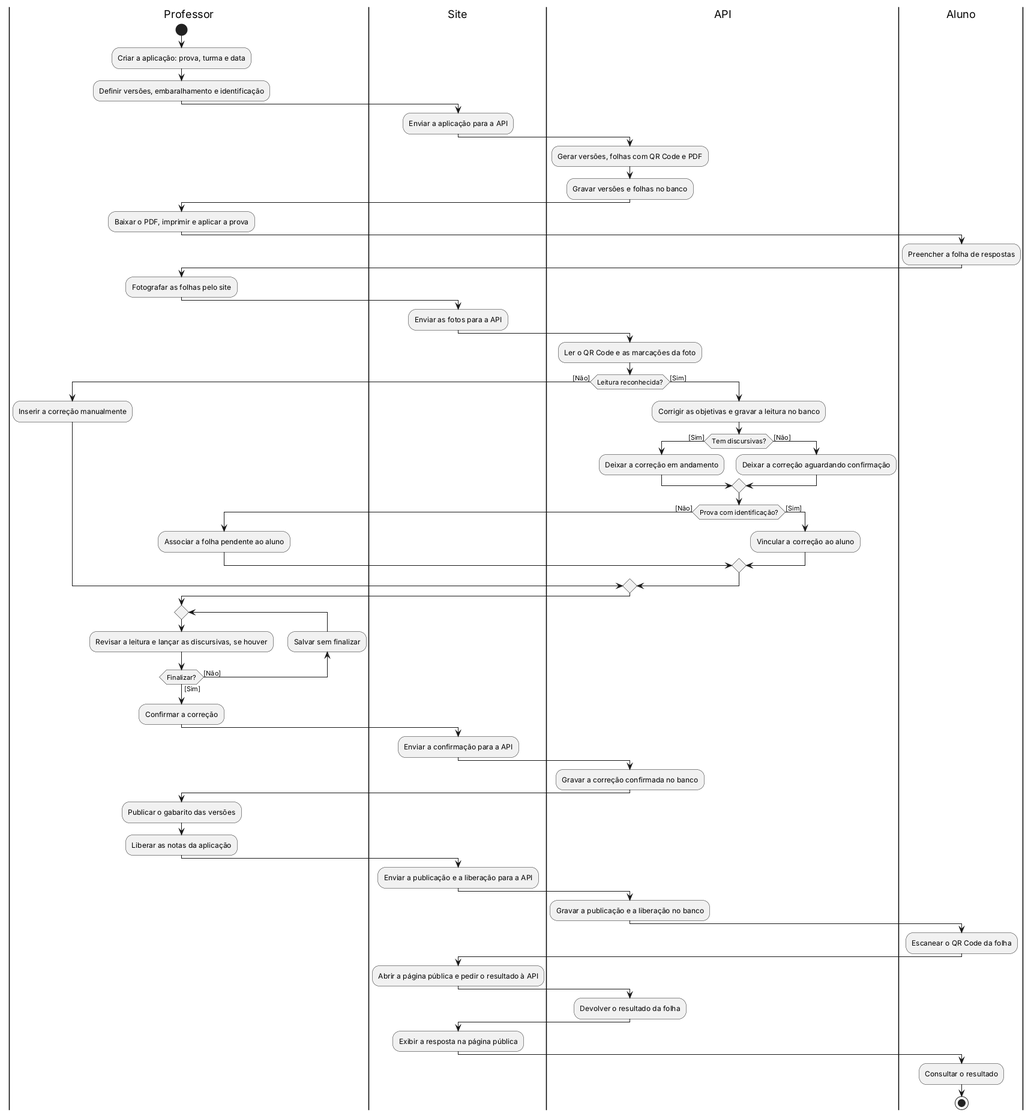
The PlantUML diagram docs/uml/activity-diagram-step-4.png in PrieTorres/correctio-app, before a commit. Source of this version:
```plantuml
@startuml activity-diagram-step-4
|Professor|
start
:Criar a aplicação: prova, turma e data;
:Definir versões, embaralhamento e identificação;
|Site|
:Enviar a aplicação para a API;
|API|
:Gerar versões, folhas com QR Code e PDF;
:Gravar versões e folhas no banco;
|Professor|
:Baixar o PDF, imprimir e aplicar a prova;
|Aluno|
:Preencher a folha de respostas;
|Professor|
:Fotografar as folhas pelo site;
|Site|
:Enviar as fotos para a API;
|API|
:Ler o QR Code e as marcações da foto;
if (Leitura reconhecida?) then ([Não])
  |Professor|
  :Inserir a correção manualmente;
else ([Sim])
  |API|
  :Corrigir as objetivas e gravar a leitura no banco;
  if (Tem discursivas?) then ([Sim])
    :Deixar a correção em andamento;
  else ([Não])
    :Deixar a correção aguardando confirmação;
  endif
  if (Prova com identificação?) then ([Não])
    |Professor|
    :Associar a folha pendente ao aluno;
  else ([Sim])
    |API|
    :Vincular a correção ao aluno;
  endif
endif
|Professor|
repeat
  :Revisar a leitura e lançar as discursivas, se houver;
backward:Salvar sem finalizar;
repeat while (Finalizar?) is ([Não]) not ([Sim])
:Confirmar a correção;
|Site|
:Enviar a confirmação para a API;
|API|
:Gravar a correção confirmada no banco;
|Professor|
:Publicar o gabarito das versões;
:Liberar as notas da aplicação;
|Site|
:Enviar a publicação e a liberação para a API;
|API|
:Gravar a publicação e a liberação no banco;
|Aluno|
:Escanear o QR Code da folha;
|Site|
:Abrir a página pública e pedir o resultado à API;
|API|
:Devolver o resultado da folha;
|Site|
:Exibir a resposta na página pública;
|Aluno|
:Consultar o resultado;
stop
@enduml
```
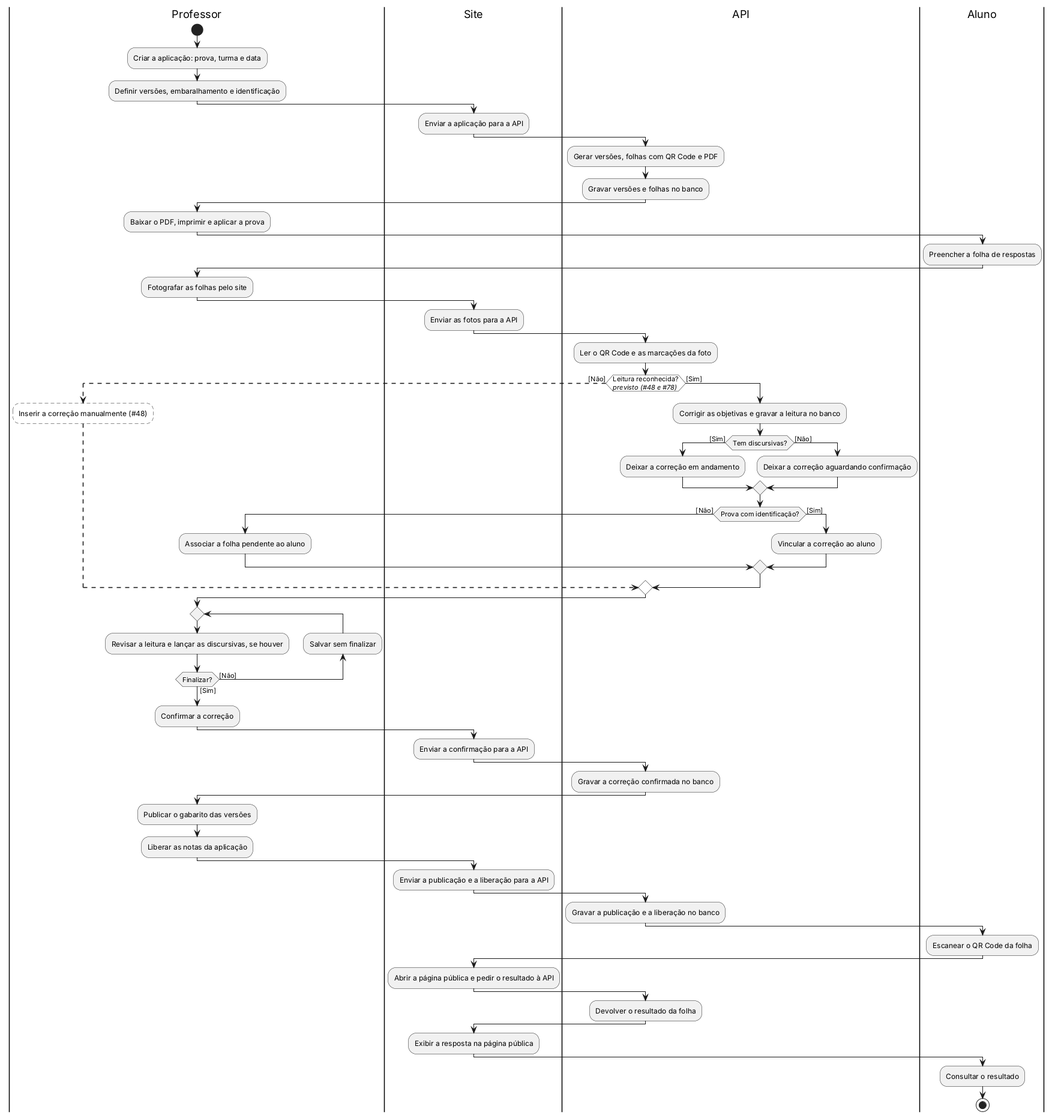
After the change.

Commit message:
docs: draw the three N2 points dashed until their issues merge

Change to the diagram source:
```diff
@@ -1,4 +1,12 @@
 @startuml activity-diagram-step-4
+<style>
+activityDiagram {
+  .planned {
+    LineStyle 6-4
+    BackgroundColor #FFFFFF
+  }
+}
+</style>
 |Professor|
 start
 :Criar a aplicação: prova, turma e data;
@@ -18,9 +26,11 @@
 :Enviar as fotos para a API;
 |API|
 :Ler o QR Code e as marcações da foto;
-if (Leitura reconhecida?) then ([Não])
+if <<planned>> (Leitura reconhecida?\n<i>previsto (#48 e #78)</i>) then ([Não])
+  -[dashed]->
   |Professor|
-  :Inserir a correção manualmente;
+  :Inserir a correção manualmente (#48); <<planned>>
+  -[dashed]->
 else ([Sim])
   |API|
   :Corrigir as objetivas e gravar a leitura no banco;
```
